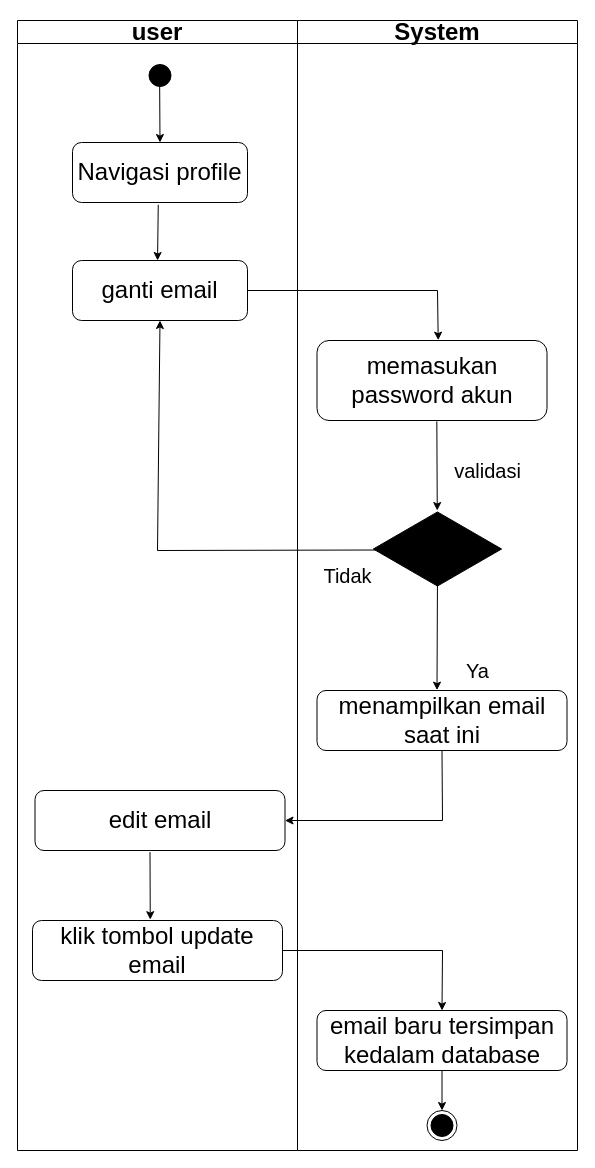
Before: flowchart/activityEmail.drawio in gunadermawan/skripsi, a draw.io diagram. Source tidied: cells renumbered, new cells numbered last; positions are measured from the earlier drawing's top-left corner, leaving out a move shared by most shapes. Both pictures are drawn from the tidied source at 100%, with x=0, y=0 at pixel (17, 20).
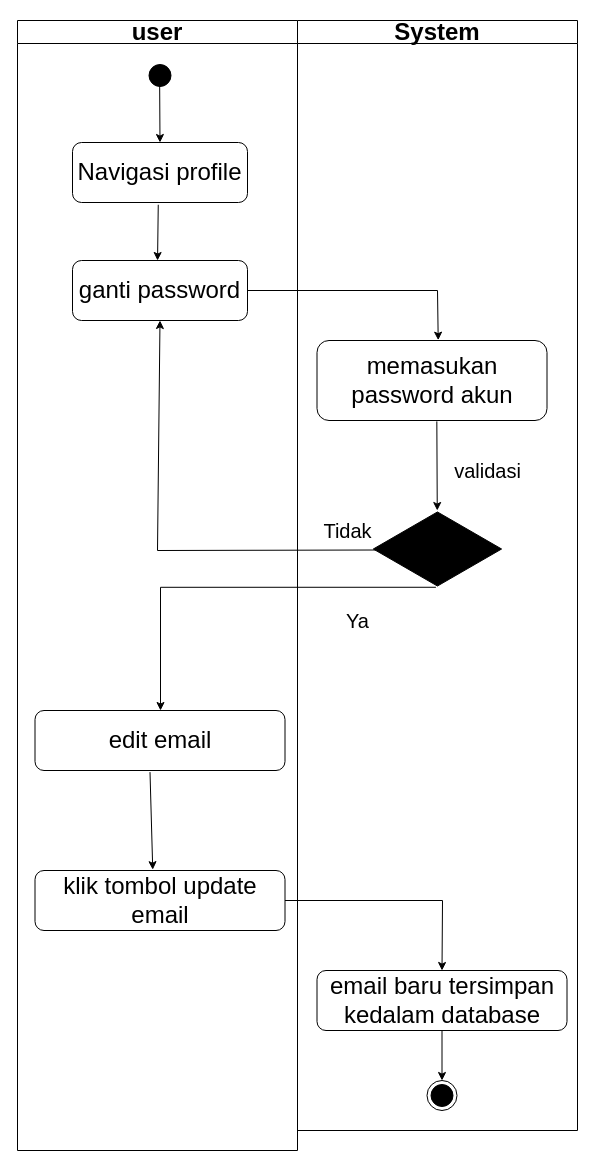
After the change.

Commit message (it also covers changes not shown here):
update bab4: menmbh activity diagram

Unchanged cells that the change refers to:
```xml
<mxCell id="2" value="user" style="swimlane;whiteSpace=wrap;fontSize=24;startSize=23;" parent="1" vertex="1">
  <mxGeometry width="280" height="1130" as="geometry" />
</mxCell>
<mxCell id="14" style="html=1;whiteSpace=wrap;shape=isoRectangle;fontSize=24;fillColor=#000000;" parent="11" vertex="1">
  <mxGeometry x="75.8" y="490" width="128.3" height="77" as="geometry" />
</mxCell>
```

Diff of the diagram source:
```diff
@@
-    <mxCell id="6" value="&lt;font style=&quot;font-size: 24px&quot;&gt;ganti email&lt;/font&gt;" style="rounded=1;whiteSpace=wrap;html=1;" parent="2" vertex="1">
+    <mxCell id="6" value="&lt;font style=&quot;font-size: 24px&quot;&gt;ganti password&lt;/font&gt;" style="rounded=1;whiteSpace=wrap;html=1;" parent="2" vertex="1">
       <mxGeometry x="55" y="240" width="175" height="60" as="geometry" />
     </mxCell>
@@
     <mxCell id="8" value="&lt;font style=&quot;font-size: 24px&quot;&gt;edit email&lt;/font&gt;" style="rounded=1;whiteSpace=wrap;html=1;fontSize=10;" parent="2" vertex="1">
-      <mxGeometry x="17.5" y="770" width="250" height="60" as="geometry" />
+      <mxGeometry x="17.5" y="690" width="250" height="60" as="geometry" />
     </mxCell>
     <mxCell id="9" value="&lt;font style=&quot;font-size: 24px&quot;&gt;klik tombol update email&lt;/font&gt;" style="rounded=1;whiteSpace=wrap;html=1;fontSize=10;" parent="2" vertex="1">
-      <mxGeometry x="15" y="900" width="250" height="60" as="geometry" />
+      <mxGeometry x="17.5" y="850" width="250" height="60" as="geometry" />
     </mxCell>
@@
     <mxCell id="11" value="System" style="swimlane;whiteSpace=wrap;startSize=23;fontSize=24;" parent="1" vertex="1">
-      <mxGeometry x="280" width="280" height="1130" as="geometry" />
+      <mxGeometry x="280" width="280" height="1110" as="geometry" />
     </mxCell>
-    <mxCell id="12" value="&lt;span style=&quot;font-size: 24px&quot;&gt;menampilkan email saat ini&lt;/span&gt;" style="rounded=1;whiteSpace=wrap;html=1;fontSize=10;" parent="11" vertex="1">
-      <mxGeometry x="19.5" y="670" width="250" height="60" as="geometry" />
-    </mxCell>
@@
-    <mxCell id="15" style="endArrow=classic;html=1;rounded=0;fontSize=24;exitX=0.5;exitY=0.971;exitDx=0;exitDy=0;exitPerimeter=0;entryX=0.48;entryY=-0.006;entryDx=0;entryDy=0;entryPerimeter=0;" parent="11" edge="1" source="14" target="12">
-      <mxGeometry relative="1" as="geometry" />
-    </mxCell>
     <mxCell id="16" value="&lt;span style=&quot;font-weight: normal&quot;&gt;&lt;font style=&quot;font-size: 20px&quot;&gt;Ya&lt;/font&gt;&lt;/span&gt;" style="text;strokeColor=none;fillColor=none;html=1;fontSize=24;fontStyle=1;verticalAlign=middle;align=center;" parent="11" vertex="1">
-      <mxGeometry x="130" y="630" width="100" height="40" as="geometry" />
+      <mxGeometry x="10" y="580" width="100" height="40" as="geometry" />
     </mxCell>
     <mxCell id="17" value="&lt;font style=&quot;font-size: 24px&quot;&gt;email baru tersimpan kedalam database&lt;/font&gt;" style="rounded=1;whiteSpace=wrap;html=1;fontSize=10;" parent="11" vertex="1">
-      <mxGeometry x="19.5" y="990" width="250" height="60" as="geometry" />
+      <mxGeometry x="19.5" y="950" width="250" height="60" as="geometry" />
     </mxCell>
     <mxCell id="18" style="ellipse;html=1;shape=endState;fillColor=#000000;strokeColor=#000000;fontSize=10;" parent="11" vertex="1">
-      <mxGeometry x="129.5" y="1090" width="30" height="30" as="geometry" />
+      <mxGeometry x="129.5" y="1060" width="30" height="30" as="geometry" />
     </mxCell>
@@
     <mxCell id="20" value="&lt;span style=&quot;font-weight: normal&quot;&gt;&lt;font style=&quot;font-size: 20px&quot;&gt;Tidak&lt;/font&gt;&lt;/span&gt;" style="text;strokeColor=none;fillColor=none;html=1;fontSize=24;fontStyle=1;verticalAlign=middle;align=center;" parent="11" vertex="1">
-      <mxGeometry y="535" width="100" height="40" as="geometry" />
+      <mxGeometry y="490" width="100" height="40" as="geometry" />
     </mxCell>
@@
-    <mxCell id="25" style="endArrow=classic;html=1;rounded=0;fontSize=20;exitX=0.5;exitY=1;exitDx=0;exitDy=0;entryX=1;entryY=0.5;entryDx=0;entryDy=0;" parent="1" edge="1" source="12" target="8">
-      <mxGeometry relative="1" as="geometry">
-        <Array as="points">
-          <mxPoint x="425" y="800" />
-        </Array>
-      </mxGeometry>
-    </mxCell>
     <mxCell id="26" style="endArrow=classic;html=1;rounded=0;fontSize=20;exitX=1;exitY=0.5;exitDx=0;exitDy=0;entryX=0.5;entryY=0;entryDx=0;entryDy=0;" parent="1" edge="1" source="9" target="17">
       <mxGeometry relative="1" as="geometry">
         <Array as="points">
-          <mxPoint x="425" y="930" />
+          <mxPoint x="425" y="880" />
         </Array>
       </mxGeometry>
     </mxCell>
+    <mxCell id="27" style="edgeStyle=segmentEdgeStyle;endArrow=classic;html=1;rounded=0;exitX=0.488;exitY=0.997;exitDx=0;exitDy=0;exitPerimeter=0;" parent="1" edge="1" source="14" target="8">
+      <mxGeometry relative="1" as="geometry">
+        <Array as="points">
+          <mxPoint x="143" y="567" />
+        </Array>
+      </mxGeometry>
+    </mxCell>
```
